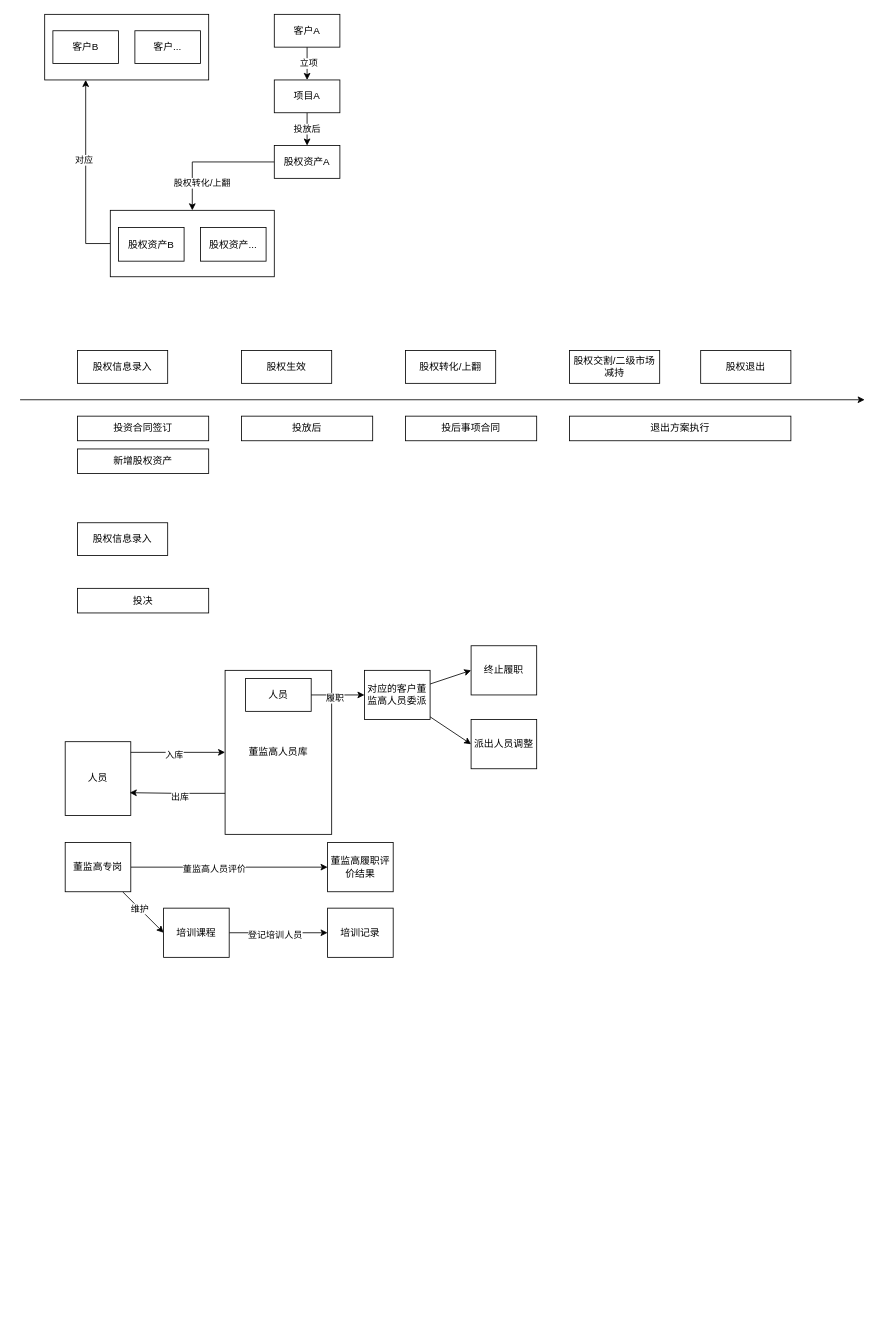
Above: 业务.drawio in BxcGit/draw (draw.io), before the change. Source tidied: cells renumbered, new cells numbered last; positions are measured from the earlier drawing's top-left corner, leaving out a move shared by most shapes. Both pictures are drawn from the tidied source at 82%, with x=0, y=0 at pixel (20, 14).
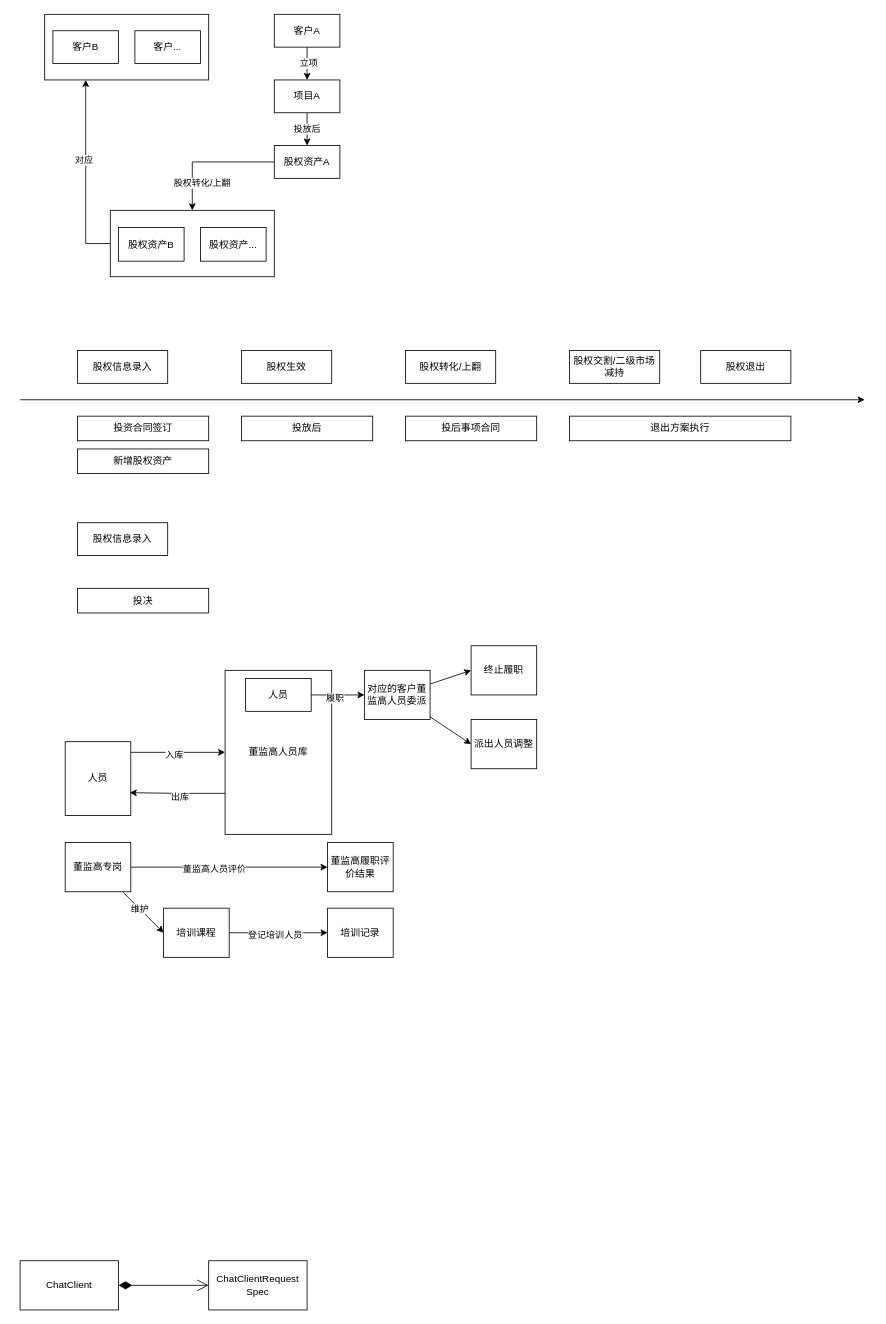
The same diagram, later.

The edit, as a diff of the source:
```diff
@@
+    <mxCell id="56" value="ChatClient" style="rounded=0;whiteSpace=wrap;html=1;" parent="1" vertex="1">
+      <mxGeometry y="1520" width="120" height="60" as="geometry" />
+    </mxCell>
+    <mxCell id="57" value="ChatClientRequest&lt;div&gt;Spec&lt;/div&gt;" style="rounded=0;html=1;align=center;whiteSpace=wrap;" parent="1" vertex="1">
+      <mxGeometry x="230" y="1520" width="120" height="60" as="geometry" />
+    </mxCell>
+    <mxCell id="58" style="endArrow=open;html=1;endSize=12;startArrow=diamondThin;startSize=14;startFill=1;edgeStyle=orthogonalEdgeStyle;align=left;verticalAlign=bottom;rounded=0;entryX=0;entryY=0.5;entryDx=0;entryDy=0;exitX=1;exitY=0.5;exitDx=0;exitDy=0;" parent="1" edge="1" source="56" target="57">
+      <mxGeometry x="0.06" y="10" relative="1" as="geometry" />
+    </mxCell>
```
